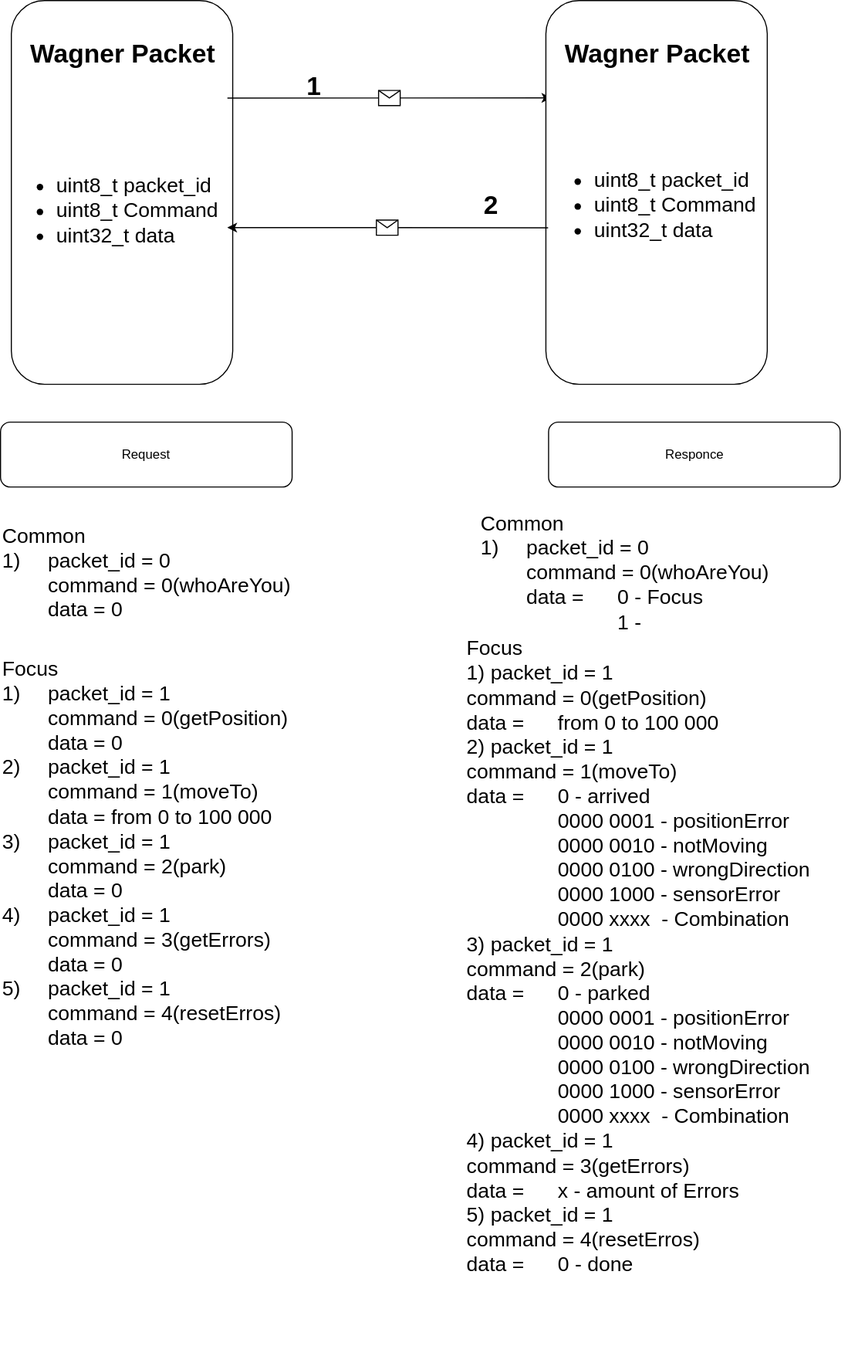
The draw.io diagram WagnerPackets.svg in H4KC3R/Wagner, before a commit. Source tidied: cells renumbered, new cells last; positions are measured from the earlier drawing's top-left corner, leaving out a move shared by most shapes.
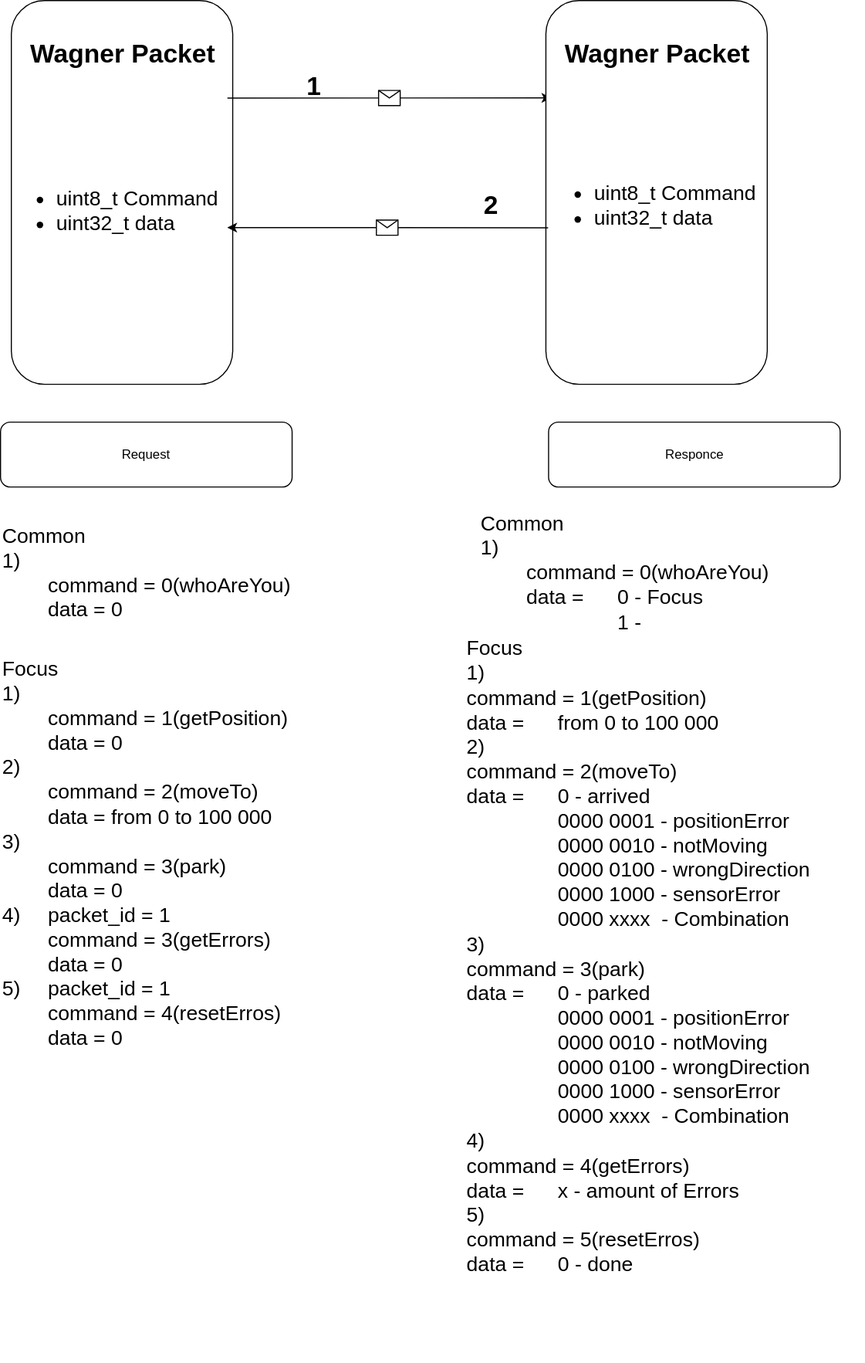
Later version of the same file.

Change to the diagram source:
```diff
@@ -15,7 +15,7 @@
         <mxPoint x="-10" y="-7" as="offset" />
       </mxGeometry>
     </mxCell>
-    <mxCell id="5" value="&lt;ul style=&quot;font-size: 19px;&quot;&gt;&lt;li style=&quot;font-size: 19px;&quot;&gt;uint8_t packet_id&lt;/li&gt;&lt;li style=&quot;font-size: 19px;&quot;&gt;uint8_t Command&lt;/li&gt;&lt;li style=&quot;font-size: 19px;&quot;&gt;uint32_t data&lt;/li&gt;&lt;/ul&gt;" style="text;strokeColor=none;fillColor=none;html=1;whiteSpace=wrap;verticalAlign=middle;overflow=hidden;fontFamily=Helvetica;fontSize=19;" parent="1" vertex="1">
+    <mxCell id="5" value="&lt;ul style=&quot;font-size: 19px;&quot;&gt;&lt;li style=&quot;font-size: 19px;&quot;&gt;&lt;span style=&quot;background-color: initial;&quot;&gt;uint8_t Command&lt;/span&gt;&lt;br&gt;&lt;/li&gt;&lt;li style=&quot;font-size: 19px;&quot;&gt;uint32_t data&lt;/li&gt;&lt;/ul&gt;" style="text;strokeColor=none;fillColor=none;html=1;whiteSpace=wrap;verticalAlign=middle;overflow=hidden;fontFamily=Helvetica;fontSize=19;" parent="1" vertex="1">
       <mxGeometry x="75" y="95" width="200" height="150" as="geometry" />
     </mxCell>
     <mxCell id="6" value="Wagner Packet" style="text;strokeColor=none;fillColor=none;html=1;fontSize=24;fontStyle=1;verticalAlign=middle;align=center;fontFamily=Helvetica;" parent="1" vertex="1">
@@ -43,13 +43,13 @@
     <mxCell id="12" value="2" style="text;strokeColor=none;fillColor=none;html=1;fontSize=24;fontStyle=1;verticalAlign=middle;align=center;fontFamily=Helvetica;" parent="1" vertex="1">
       <mxGeometry x="469" y="145" width="100" height="40" as="geometry" />
     </mxCell>
-    <mxCell id="13" value="&lt;div&gt;Focus&lt;/div&gt;&lt;div&gt;1) &lt;span style=&quot;white-space: pre;&quot;&gt;&#9;&lt;/span&gt;packet_id = 1&lt;/div&gt;&lt;div&gt;&lt;span style=&quot;white-space: pre;&quot;&gt;&#9;&lt;/span&gt;command = 0(getPosition)&lt;br&gt;&lt;/div&gt;&lt;div&gt;&lt;span style=&quot;white-space: pre;&quot;&gt;&#9;&lt;/span&gt;data = 0&lt;br&gt;&lt;/div&gt;&lt;div&gt;2)&lt;span style=&quot;white-space: pre;&quot;&gt;&#9;&lt;/span&gt;packet_id = 1&lt;/div&gt;&lt;div&gt;&lt;span style=&quot;white-space: pre;&quot;&gt;&#9;&lt;/span&gt;command = 1(moveTo)&lt;br&gt;&lt;/div&gt;&lt;div&gt;&lt;span style=&quot;white-space: pre;&quot;&gt;&#9;&lt;/span&gt;data = from 0 to 100 000&lt;br&gt;&lt;/div&gt;&lt;div&gt;3) &lt;span style=&quot;white-space: pre;&quot;&gt;&#9;&lt;/span&gt;packet_id = 1&lt;/div&gt;&lt;div&gt;&lt;span style=&quot;white-space: pre;&quot;&gt;&#9;&lt;/span&gt;command = 2(park)&lt;br&gt;&lt;/div&gt;&lt;div&gt;&lt;span style=&quot;white-space: pre;&quot;&gt;&#9;&lt;/span&gt;data = 0&lt;br&gt;&lt;/div&gt;&lt;div&gt;4)&lt;span style=&quot;white-space: pre;&quot;&gt;&#9;&lt;/span&gt;packet_id = 1&lt;/div&gt;&lt;div&gt;&lt;span style=&quot;white-space: pre;&quot;&gt;&#9;&lt;/span&gt;command = 3(getErrors)&lt;br&gt;&lt;/div&gt;&lt;div&gt;&lt;span style=&quot;white-space: pre;&quot;&gt;&#9;&lt;/span&gt;data = 0&lt;br&gt;&lt;/div&gt;&lt;div&gt;5)&lt;span style=&quot;white-space: pre;&quot;&gt;&#9;&lt;/span&gt;packet_id = 1&lt;/div&gt;&lt;div&gt;&lt;span style=&quot;white-space: pre;&quot;&gt;&#9;&lt;/span&gt;command = 4(resetErros)&lt;br&gt;&lt;/div&gt;&lt;div&gt;&lt;span style=&quot;white-space: pre;&quot;&gt;&#9;&lt;/span&gt;data = 0&lt;/div&gt;" style="text;strokeColor=none;fillColor=none;html=1;whiteSpace=wrap;verticalAlign=middle;overflow=hidden;fontFamily=Helvetica;fontSize=19;" parent="1" vertex="1">
+    <mxCell id="13" value="&lt;div&gt;Focus&lt;/div&gt;&lt;div&gt;1) &lt;span style=&quot;white-space: pre;&quot;&gt;&#9;&lt;/span&gt;&lt;/div&gt;&lt;div&gt;&lt;span style=&quot;background-color: initial;&quot;&gt;&lt;span style=&quot;white-space: pre;&quot;&gt;&#9;&lt;/span&gt;command = 1(getPosition)&lt;/span&gt;&lt;/div&gt;&lt;div&gt;&lt;span style=&quot;white-space: pre;&quot;&gt;&#9;&lt;/span&gt;data = 0&lt;br&gt;&lt;/div&gt;&lt;div&gt;2)&lt;span style=&quot;white-space: pre;&quot;&gt;&#9;&lt;/span&gt;&lt;/div&gt;&lt;div&gt;&lt;span style=&quot;background-color: initial;&quot;&gt;&lt;span style=&quot;white-space: pre;&quot;&gt;&#9;&lt;/span&gt;command = 2(moveTo)&lt;/span&gt;&lt;/div&gt;&lt;div&gt;&lt;span style=&quot;white-space: pre;&quot;&gt;&#9;&lt;/span&gt;data = from 0 to 100 000&lt;br&gt;&lt;/div&gt;&lt;div&gt;3) &lt;span style=&quot;white-space: pre;&quot;&gt;&#9;&lt;/span&gt;&lt;/div&gt;&lt;div&gt;&lt;span style=&quot;background-color: initial;&quot;&gt;&lt;span style=&quot;white-space: pre;&quot;&gt;&#9;&lt;/span&gt;command = 3(park)&lt;/span&gt;&lt;/div&gt;&lt;div&gt;&lt;span style=&quot;white-space: pre;&quot;&gt;&#9;&lt;/span&gt;data = 0&lt;br&gt;&lt;/div&gt;&lt;div&gt;4)&lt;span style=&quot;white-space: pre;&quot;&gt;&#9;&lt;/span&gt;packet_id = 1&lt;/div&gt;&lt;div&gt;&lt;span style=&quot;white-space: pre;&quot;&gt;&#9;&lt;/span&gt;command = 3(getErrors)&lt;br&gt;&lt;/div&gt;&lt;div&gt;&lt;span style=&quot;white-space: pre;&quot;&gt;&#9;&lt;/span&gt;data = 0&lt;br&gt;&lt;/div&gt;&lt;div&gt;5)&lt;span style=&quot;white-space: pre;&quot;&gt;&#9;&lt;/span&gt;packet_id = 1&lt;/div&gt;&lt;div&gt;&lt;span style=&quot;white-space: pre;&quot;&gt;&#9;&lt;/span&gt;command = 4(resetErros)&lt;br&gt;&lt;/div&gt;&lt;div&gt;&lt;span style=&quot;white-space: pre;&quot;&gt;&#9;&lt;/span&gt;data = 0&lt;/div&gt;" style="text;strokeColor=none;fillColor=none;html=1;whiteSpace=wrap;verticalAlign=middle;overflow=hidden;fontFamily=Helvetica;fontSize=19;" parent="1" vertex="1">
       <mxGeometry x="65" y="485" width="330" height="560" as="geometry" />
     </mxCell>
-    <mxCell id="14" value="&lt;ul style=&quot;font-size: 19px;&quot;&gt;&lt;li style=&quot;font-size: 19px;&quot;&gt;uint8_t packet_id&lt;/li&gt;&lt;li style=&quot;font-size: 19px;&quot;&gt;uint8_t Command&lt;/li&gt;&lt;li style=&quot;font-size: 19px;&quot;&gt;uint32_t data&lt;/li&gt;&lt;/ul&gt;" style="text;strokeColor=none;fillColor=none;html=1;whiteSpace=wrap;verticalAlign=middle;overflow=hidden;fontFamily=Helvetica;fontSize=19;" parent="1" vertex="1">
+    <mxCell id="14" value="&lt;ul style=&quot;font-size: 19px;&quot;&gt;&lt;li style=&quot;font-size: 19px;&quot;&gt;&lt;span style=&quot;background-color: initial;&quot;&gt;uint8_t Command&lt;/span&gt;&lt;br&gt;&lt;/li&gt;&lt;li style=&quot;font-size: 19px;&quot;&gt;uint32_t data&lt;/li&gt;&lt;/ul&gt;" style="text;strokeColor=none;fillColor=none;html=1;whiteSpace=wrap;verticalAlign=middle;overflow=hidden;fontFamily=Helvetica;fontSize=19;" parent="1" vertex="1">
       <mxGeometry x="572.5" y="90" width="200" height="150" as="geometry" />
     </mxCell>
-    <mxCell id="15" value="&lt;div&gt;Common&lt;/div&gt;&lt;div&gt;1) &lt;span style=&quot;white-space: pre;&quot;&gt;&#9;&lt;/span&gt;packet_id = 0&lt;/div&gt;&lt;div&gt;&lt;span style=&quot;white-space: pre;&quot;&gt;&#9;&lt;/span&gt;command = 0(whoAreYou)&lt;br&gt;&lt;/div&gt;&lt;div&gt;&lt;span style=&quot;white-space: pre;&quot;&gt;&#9;&lt;/span&gt;data = 0&lt;/div&gt;" style="text;strokeColor=none;fillColor=none;html=1;whiteSpace=wrap;verticalAlign=middle;overflow=hidden;fontFamily=Helvetica;fontSize=19;" parent="1" vertex="1">
+    <mxCell id="15" value="&lt;div&gt;Common&lt;/div&gt;&lt;div&gt;1)&lt;span style=&quot;white-space: pre;&quot;&gt;&#9;&lt;/span&gt;&lt;/div&gt;&lt;div&gt;&lt;span style=&quot;background-color: initial;&quot;&gt;&lt;span style=&quot;white-space: pre;&quot;&gt;&#9;&lt;/span&gt;command = 0(whoAreYou)&lt;/span&gt;&lt;/div&gt;&lt;div&gt;&lt;span style=&quot;white-space: pre;&quot;&gt;&#9;&lt;/span&gt;data = 0&lt;/div&gt;" style="text;strokeColor=none;fillColor=none;html=1;whiteSpace=wrap;verticalAlign=middle;overflow=hidden;fontFamily=Helvetica;fontSize=19;" parent="1" vertex="1">
       <mxGeometry x="65" y="445" width="330" height="120" as="geometry" />
     </mxCell>
     <mxCell id="16" value="Request" style="rounded=1;whiteSpace=wrap;html=1;" parent="1" vertex="1">
@@ -58,10 +58,10 @@
     <mxCell id="17" value="Responce" style="rounded=1;whiteSpace=wrap;html=1;" parent="1" vertex="1">
       <mxGeometry x="572.5" y="365" width="270" height="60" as="geometry" />
     </mxCell>
-    <mxCell id="18" value="&lt;div&gt;Focus&lt;/div&gt;&lt;div&gt;1) &lt;span style=&quot;&quot;&gt;&#9;&lt;/span&gt;packet_id = 1&lt;/div&gt;&lt;div&gt;&lt;span style=&quot;&quot;&gt;&#9;&lt;/span&gt;command = 0(getPosition)&lt;br&gt;&lt;/div&gt;&lt;div&gt;&lt;span style=&quot;&quot;&gt;&#9;&lt;/span&gt;data = &lt;span style=&quot;white-space: pre;&quot;&gt;&#9;&lt;/span&gt;from 0 to 100 000&lt;br&gt;&lt;/div&gt;&lt;div&gt;2)&lt;span style=&quot;&quot;&gt;&#9;&lt;/span&gt;packet_id = 1&lt;/div&gt;&lt;div&gt;&lt;span style=&quot;&quot;&gt;&#9;&lt;/span&gt;command = 1(moveTo)&lt;br&gt;&lt;/div&gt;&lt;div&gt;&lt;span style=&quot;&quot;&gt;&#9;&lt;/span&gt;data =&amp;nbsp; &lt;span style=&quot;white-space: pre;&quot;&gt;&#9;&lt;/span&gt;0 - arrived&lt;/div&gt;&lt;div&gt;&lt;span style=&quot;&quot;&gt;&#9;&lt;/span&gt;&lt;span style=&quot;&quot;&gt;&#9;&lt;/span&gt;&lt;span style=&quot;white-space: pre;&quot;&gt;&#9;&lt;/span&gt;&lt;span style=&quot;white-space: pre;&quot;&gt;&#9;&lt;/span&gt;0000 0001 - positionError&lt;br&gt;&lt;/div&gt;&lt;div&gt;&lt;span style=&quot;&quot;&gt;&#9;&lt;/span&gt;&lt;span style=&quot;&quot;&gt;&#9;&lt;/span&gt;&lt;span style=&quot;white-space: pre;&quot;&gt;&#9;&lt;/span&gt;&lt;span style=&quot;white-space: pre;&quot;&gt;&#9;&lt;/span&gt;0000 0010 - notMoving&lt;br&gt;&lt;/div&gt;&lt;div&gt;&lt;span style=&quot;&quot;&gt;&#9;&lt;/span&gt;&lt;span style=&quot;&quot;&gt;&#9;&lt;/span&gt;&lt;span style=&quot;white-space: pre;&quot;&gt;&#9;&lt;/span&gt;&lt;span style=&quot;white-space: pre;&quot;&gt;&#9;&lt;/span&gt;0000 0100 - wrongDirection&lt;span style=&quot;&quot;&gt;&#9;&lt;/span&gt;&lt;br&gt;&lt;/div&gt;&lt;div&gt;&lt;span style=&quot;&quot;&gt;&#9;&lt;/span&gt;&lt;span style=&quot;&quot;&gt;&#9;&lt;/span&gt;&lt;span style=&quot;white-space: pre;&quot;&gt;&#9;&lt;/span&gt;&lt;span style=&quot;white-space: pre;&quot;&gt;&#9;&lt;/span&gt;0000 1000 - sensorError&lt;br&gt;&lt;/div&gt;&lt;div&gt;&lt;span style=&quot;&quot;&gt;&#9;&lt;/span&gt;&lt;span style=&quot;&quot;&gt;&#9;&lt;/span&gt;&lt;span style=&quot;white-space: pre;&quot;&gt;&#9;&lt;/span&gt;&lt;span style=&quot;white-space: pre;&quot;&gt;&#9;&lt;/span&gt;0000 xxxx&amp;nbsp; - Combination&lt;br&gt;&lt;/div&gt;&lt;div&gt;3) &lt;span style=&quot;&quot;&gt;&#9;&lt;/span&gt;packet_id = 1&lt;/div&gt;&lt;div&gt;&lt;span style=&quot;&quot;&gt;&#9;&lt;/span&gt;command = 2(park)&lt;br&gt;&lt;/div&gt;&lt;div&gt;&lt;span style=&quot;&quot;&gt;&#9;&lt;/span&gt;data = &lt;span style=&quot;white-space: pre;&quot;&gt;&#9;&lt;/span&gt;0 - parked&lt;/div&gt;&lt;div&gt;&lt;span style=&quot;&quot;&gt;&#9;&lt;/span&gt;&lt;span style=&quot;&quot;&gt;&#9;&lt;/span&gt;&lt;span style=&quot;background-color: initial;&quot;&gt;&#9;&lt;/span&gt;&lt;span style=&quot;background-color: initial;&quot;&gt;&#9;&lt;/span&gt;&lt;span style=&quot;background-color: initial;&quot;&gt;&lt;span style=&quot;white-space: pre;&quot;&gt;&#9;&lt;/span&gt;&lt;span style=&quot;white-space: pre;&quot;&gt;&#9;&lt;/span&gt;0000 0001 - positionError&lt;/span&gt;&lt;br&gt;&lt;/div&gt;&lt;div&gt;&lt;span style=&quot;&quot;&gt;&#9;&lt;/span&gt;&lt;span style=&quot;&quot;&gt;&#9;&lt;/span&gt;&lt;span style=&quot;white-space: pre;&quot;&gt;&#9;&lt;/span&gt;&lt;span style=&quot;white-space: pre;&quot;&gt;&#9;&lt;/span&gt;0000 0010 - notMoving&lt;br&gt;&lt;/div&gt;&lt;div&gt;&lt;span style=&quot;&quot;&gt;&#9;&lt;/span&gt;&lt;span style=&quot;&quot;&gt;&#9;&lt;/span&gt;&lt;span style=&quot;white-space: pre;&quot;&gt;&#9;&lt;/span&gt;&lt;span style=&quot;white-space: pre;&quot;&gt;&#9;&lt;/span&gt;0000 0100 - wrongDirection&lt;span style=&quot;&quot;&gt;&#9;&lt;/span&gt;&lt;br&gt;&lt;/div&gt;&lt;div&gt;&lt;span style=&quot;&quot;&gt;&#9;&lt;/span&gt;&lt;span style=&quot;&quot;&gt;&#9;&lt;/span&gt;&lt;span style=&quot;white-space: pre;&quot;&gt;&#9;&lt;/span&gt;&lt;span style=&quot;white-space: pre;&quot;&gt;&#9;&lt;/span&gt;0000 1000 - sensorError&lt;br&gt;&lt;/div&gt;&lt;div&gt;&lt;span style=&quot;&quot;&gt;&#9;&lt;/span&gt;&lt;span style=&quot;&quot;&gt;&#9;&lt;/span&gt;&lt;span style=&quot;white-space: pre;&quot;&gt;&#9;&lt;/span&gt;&lt;span style=&quot;white-space: pre;&quot;&gt;&#9;&lt;/span&gt;0000 xxxx&amp;nbsp; - Combination&lt;/div&gt;&lt;div&gt;4)&lt;span style=&quot;&quot;&gt;&#9;&lt;/span&gt;packet_id = 1&lt;/div&gt;&lt;div&gt;&lt;span style=&quot;&quot;&gt;&#9;&lt;/span&gt;command = 3(getErrors)&lt;br&gt;&lt;/div&gt;&lt;div&gt;&lt;span style=&quot;&quot;&gt;&#9;&lt;/span&gt;data = &lt;span style=&quot;white-space: pre;&quot;&gt;&#9;&lt;/span&gt;x - amount of Errors&lt;/div&gt;&lt;div&gt;5)&lt;span style=&quot;&quot;&gt;&#9;&lt;/span&gt;packet_id = 1&lt;/div&gt;&lt;div&gt;&lt;span style=&quot;&quot;&gt;&#9;&lt;/span&gt;command = 4(resetErros)&lt;br&gt;&lt;/div&gt;&lt;div&gt;&lt;span style=&quot;&quot;&gt;&#9;&lt;/span&gt;data = &lt;span style=&quot;white-space: pre;&quot;&gt;&#9;&lt;/span&gt;0 - done&lt;/div&gt;" style="text;strokeColor=none;fillColor=none;html=1;whiteSpace=wrap;verticalAlign=middle;overflow=hidden;fontFamily=Helvetica;fontSize=19;" parent="1" vertex="1">
+    <mxCell id="18" value="&lt;div&gt;Focus&lt;/div&gt;&lt;div&gt;1)&amp;nbsp;&lt;/div&gt;&lt;div&gt;&lt;span style=&quot;&quot;&gt;&#9;&lt;/span&gt;command = 1(getPosition)&lt;br&gt;&lt;/div&gt;&lt;div&gt;&lt;span style=&quot;&quot;&gt;&#9;&lt;/span&gt;data = &lt;span style=&quot;white-space: pre;&quot;&gt;&#9;&lt;/span&gt;from 0 to 100 000&lt;br&gt;&lt;/div&gt;&lt;div&gt;2)&lt;span style=&quot;&quot;&gt;&#9;&lt;/span&gt;&lt;/div&gt;&lt;div&gt;&lt;span style=&quot;&quot;&gt;&#9;&lt;/span&gt;command = 2(moveTo)&lt;br&gt;&lt;/div&gt;&lt;div&gt;&lt;span style=&quot;&quot;&gt;&#9;&lt;/span&gt;data =&amp;nbsp; &lt;span style=&quot;white-space: pre;&quot;&gt;&#9;&lt;/span&gt;0 - arrived&lt;/div&gt;&lt;div&gt;&lt;span style=&quot;&quot;&gt;&#9;&lt;/span&gt;&lt;span style=&quot;&quot;&gt;&#9;&lt;/span&gt;&lt;span style=&quot;white-space: pre;&quot;&gt;&#9;&lt;/span&gt;&lt;span style=&quot;white-space: pre;&quot;&gt;&#9;&lt;/span&gt;0000 0001 - positionError&lt;br&gt;&lt;/div&gt;&lt;div&gt;&lt;span style=&quot;&quot;&gt;&#9;&lt;/span&gt;&lt;span style=&quot;&quot;&gt;&#9;&lt;/span&gt;&lt;span style=&quot;white-space: pre;&quot;&gt;&#9;&lt;/span&gt;&lt;span style=&quot;white-space: pre;&quot;&gt;&#9;&lt;/span&gt;0000 0010 - notMoving&lt;br&gt;&lt;/div&gt;&lt;div&gt;&lt;span style=&quot;&quot;&gt;&#9;&lt;/span&gt;&lt;span style=&quot;&quot;&gt;&#9;&lt;/span&gt;&lt;span style=&quot;white-space: pre;&quot;&gt;&#9;&lt;/span&gt;&lt;span style=&quot;white-space: pre;&quot;&gt;&#9;&lt;/span&gt;0000 0100 - wrongDirection&lt;span style=&quot;&quot;&gt;&#9;&lt;/span&gt;&lt;br&gt;&lt;/div&gt;&lt;div&gt;&lt;span style=&quot;&quot;&gt;&#9;&lt;/span&gt;&lt;span style=&quot;&quot;&gt;&#9;&lt;/span&gt;&lt;span style=&quot;white-space: pre;&quot;&gt;&#9;&lt;/span&gt;&lt;span style=&quot;white-space: pre;&quot;&gt;&#9;&lt;/span&gt;0000 1000 - sensorError&lt;br&gt;&lt;/div&gt;&lt;div&gt;&lt;span style=&quot;&quot;&gt;&#9;&lt;/span&gt;&lt;span style=&quot;&quot;&gt;&#9;&lt;/span&gt;&lt;span style=&quot;white-space: pre;&quot;&gt;&#9;&lt;/span&gt;&lt;span style=&quot;white-space: pre;&quot;&gt;&#9;&lt;/span&gt;0000 xxxx&amp;nbsp; - Combination&lt;br&gt;&lt;/div&gt;&lt;div&gt;3)&amp;nbsp;&lt;/div&gt;&lt;div&gt;&lt;span style=&quot;&quot;&gt;&#9;&lt;/span&gt;command = 3(park)&lt;br&gt;&lt;/div&gt;&lt;div&gt;&lt;span style=&quot;&quot;&gt;&#9;&lt;/span&gt;data = &lt;span style=&quot;white-space: pre;&quot;&gt;&#9;&lt;/span&gt;0 - parked&lt;/div&gt;&lt;div&gt;&lt;span style=&quot;&quot;&gt;&#9;&lt;/span&gt;&lt;span style=&quot;&quot;&gt;&#9;&lt;/span&gt;&lt;span style=&quot;background-color: initial;&quot;&gt;&#9;&lt;/span&gt;&lt;span style=&quot;background-color: initial;&quot;&gt;&#9;&lt;/span&gt;&lt;span style=&quot;background-color: initial;&quot;&gt;&lt;span style=&quot;white-space: pre;&quot;&gt;&#9;&lt;/span&gt;&lt;span style=&quot;white-space: pre;&quot;&gt;&#9;&lt;/span&gt;0000 0001 - positionError&lt;/span&gt;&lt;br&gt;&lt;/div&gt;&lt;div&gt;&lt;span style=&quot;&quot;&gt;&#9;&lt;/span&gt;&lt;span style=&quot;&quot;&gt;&#9;&lt;/span&gt;&lt;span style=&quot;white-space: pre;&quot;&gt;&#9;&lt;/span&gt;&lt;span style=&quot;white-space: pre;&quot;&gt;&#9;&lt;/span&gt;0000 0010 - notMoving&lt;br&gt;&lt;/div&gt;&lt;div&gt;&lt;span style=&quot;&quot;&gt;&#9;&lt;/span&gt;&lt;span style=&quot;&quot;&gt;&#9;&lt;/span&gt;&lt;span style=&quot;white-space: pre;&quot;&gt;&#9;&lt;/span&gt;&lt;span style=&quot;white-space: pre;&quot;&gt;&#9;&lt;/span&gt;0000 0100 - wrongDirection&lt;span style=&quot;&quot;&gt;&#9;&lt;/span&gt;&lt;br&gt;&lt;/div&gt;&lt;div&gt;&lt;span style=&quot;&quot;&gt;&#9;&lt;/span&gt;&lt;span style=&quot;&quot;&gt;&#9;&lt;/span&gt;&lt;span style=&quot;white-space: pre;&quot;&gt;&#9;&lt;/span&gt;&lt;span style=&quot;white-space: pre;&quot;&gt;&#9;&lt;/span&gt;0000 1000 - sensorError&lt;br&gt;&lt;/div&gt;&lt;div&gt;&lt;span style=&quot;&quot;&gt;&#9;&lt;/span&gt;&lt;span style=&quot;&quot;&gt;&#9;&lt;/span&gt;&lt;span style=&quot;white-space: pre;&quot;&gt;&#9;&lt;/span&gt;&lt;span style=&quot;white-space: pre;&quot;&gt;&#9;&lt;/span&gt;0000 xxxx&amp;nbsp; - Combination&lt;/div&gt;&lt;div&gt;4)&lt;span style=&quot;&quot;&gt;&#9;&lt;/span&gt;&lt;/div&gt;&lt;div&gt;&lt;span style=&quot;&quot;&gt;&#9;&lt;/span&gt;command = 4(getErrors)&lt;br&gt;&lt;/div&gt;&lt;div&gt;&lt;span style=&quot;&quot;&gt;&#9;&lt;/span&gt;data = &lt;span style=&quot;white-space: pre;&quot;&gt;&#9;&lt;/span&gt;x - amount of Errors&lt;/div&gt;&lt;div&gt;5)&lt;span style=&quot;&quot;&gt;&#9;&lt;/span&gt;&lt;/div&gt;&lt;div&gt;&lt;span style=&quot;&quot;&gt;&#9;&lt;/span&gt;command = 5(resetErros)&lt;br&gt;&lt;/div&gt;&lt;div&gt;&lt;span style=&quot;&quot;&gt;&#9;&lt;/span&gt;data = &lt;span style=&quot;white-space: pre;&quot;&gt;&#9;&lt;/span&gt;0 - done&lt;/div&gt;" style="text;strokeColor=none;fillColor=none;html=1;whiteSpace=wrap;verticalAlign=middle;overflow=hidden;fontFamily=Helvetica;fontSize=19;" parent="1" vertex="1">
       <mxGeometry x="495" y="485" width="370" height="750" as="geometry" />
     </mxCell>
-    <mxCell id="19" value="&lt;div&gt;Common&lt;/div&gt;&lt;div&gt;1) &lt;span style=&quot;white-space: pre;&quot;&gt;&#9;&lt;/span&gt;packet_id = 0&lt;/div&gt;&lt;div&gt;&lt;span style=&quot;white-space: pre;&quot;&gt;&#9;&lt;/span&gt;command = 0(whoAreYou)&lt;br&gt;&lt;/div&gt;&lt;div&gt;&lt;span style=&quot;white-space: pre;&quot;&gt;&#9;&lt;/span&gt;data =&lt;span style=&quot;white-space: pre;&quot;&gt;&#9;&lt;/span&gt;0 - Focus&lt;/div&gt;&lt;div&gt;&lt;span style=&quot;background-color: initial; white-space: pre;&quot;&gt;&lt;span style=&quot;white-space: pre;&quot;&gt;&#9;&lt;/span&gt;&lt;span style=&quot;white-space: pre;&quot;&gt;&#9;&lt;/span&gt;&lt;span style=&quot;white-space: pre;&quot;&gt;&#9;&lt;/span&gt;1 - &#9;&lt;/span&gt;&lt;/div&gt;" style="text;strokeColor=none;fillColor=none;html=1;whiteSpace=wrap;verticalAlign=middle;overflow=hidden;fontFamily=Helvetica;fontSize=19;" parent="1" vertex="1">
+    <mxCell id="19" value="&lt;div&gt;Common&lt;/div&gt;&lt;div&gt;1) &lt;span style=&quot;white-space: pre;&quot;&gt;&#9;&lt;/span&gt;&lt;/div&gt;&lt;div&gt;&lt;span style=&quot;white-space: pre;&quot;&gt;&#9;&lt;/span&gt;command = 0(whoAreYou)&lt;br&gt;&lt;/div&gt;&lt;div&gt;&lt;span style=&quot;white-space: pre;&quot;&gt;&#9;&lt;/span&gt;data =&lt;span style=&quot;white-space: pre;&quot;&gt;&#9;&lt;/span&gt;0 - Focus&lt;/div&gt;&lt;div&gt;&lt;span style=&quot;background-color: initial; white-space: pre;&quot;&gt;&lt;span style=&quot;white-space: pre;&quot;&gt;&#9;&lt;/span&gt;&lt;span style=&quot;white-space: pre;&quot;&gt;&#9;&lt;/span&gt;&lt;span style=&quot;white-space: pre;&quot;&gt;&#9;&lt;/span&gt;1 - &#9;&lt;/span&gt;&lt;/div&gt;" style="text;strokeColor=none;fillColor=none;html=1;whiteSpace=wrap;verticalAlign=middle;overflow=hidden;fontFamily=Helvetica;fontSize=19;" parent="1" vertex="1">
       <mxGeometry x="507.5" y="445" width="330" height="120" as="geometry" />
     </mxCell>
   </root>
```
